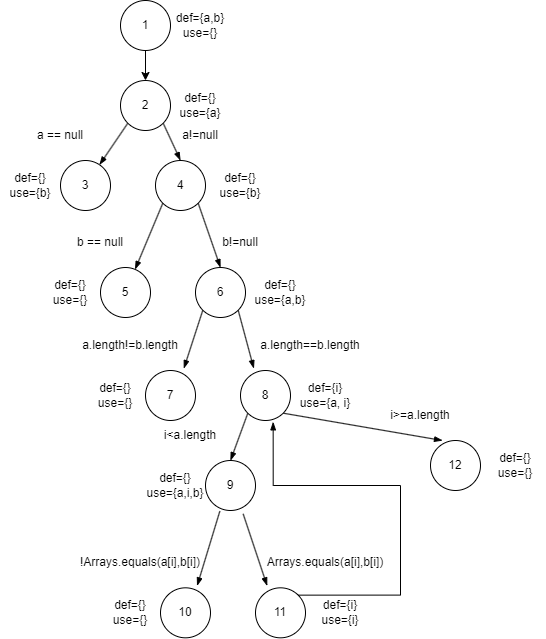
Earlier version of the draw.io export media/Graph2.png (seng438-winter-2023/seng438-a3-Group8). Source tidied: cells renumbered, new cells last; positions are measured from the earlier drawing's top-left corner, leaving out a move shared by most shapes. The source it was exported from:
```xml
<mxGraphModel>
  <root>
    <mxCell id="0" />
    <mxCell id="1" parent="0" />
    <mxCell id="2" style="edgeStyle=orthogonalEdgeStyle;rounded=0;jettySize=auto;html=1;exitX=0.5;exitY=1;exitDx=0;exitDy=0;entryX=0.5;entryY=0;entryDx=0;entryDy=0;" parent="1" edge="1" source="3" target="7">
      <mxGeometry relative="1" as="geometry" />
    </mxCell>
    <mxCell id="3" value="1" style="ellipse;whiteSpace=wrap;html=1;" parent="1" vertex="1">
      <mxGeometry x="120" width="50" height="50" as="geometry" />
    </mxCell>
    <mxCell id="4" value="def={a,b}&lt;br&gt;use={}" style="text;html=1;strokeColor=none;fillColor=none;align=center;verticalAlign=middle;whiteSpace=wrap;rounded=0;" parent="1" vertex="1">
      <mxGeometry x="170" y="10" width="60" height="30" as="geometry" />
    </mxCell>
    <mxCell id="5" style="edgeStyle=none;rounded=0;jettySize=auto;html=1;exitX=0;exitY=1;exitDx=0;exitDy=0;endArrow=blockThin;endFill=1;elbow=vertical;" parent="1" edge="1" source="7" target="9">
      <mxGeometry relative="1" as="geometry" />
    </mxCell>
    <mxCell id="6" style="edgeStyle=none;rounded=0;jettySize=auto;html=1;exitX=1;exitY=1;exitDx=0;exitDy=0;entryX=0.5;entryY=0;entryDx=0;entryDy=0;endArrow=blockThin;endFill=1;elbow=vertical;" parent="1" edge="1" source="7" target="10">
      <mxGeometry relative="1" as="geometry" />
    </mxCell>
    <mxCell id="7" value="2" style="ellipse;whiteSpace=wrap;html=1;" parent="1" vertex="1">
      <mxGeometry x="120" y="80" width="50" height="50" as="geometry" />
    </mxCell>
    <mxCell id="8" value="def={}&lt;br&gt;use={b}" style="text;html=1;strokeColor=none;fillColor=none;align=center;verticalAlign=middle;whiteSpace=wrap;rounded=0;" parent="1" vertex="1">
      <mxGeometry x="210" y="170" width="60" height="30" as="geometry" />
    </mxCell>
    <mxCell id="9" value="3" style="ellipse;whiteSpace=wrap;html=1;" parent="1" vertex="1">
      <mxGeometry x="60" y="160" width="50" height="50" as="geometry" />
    </mxCell>
    <mxCell id="10" value="4" style="ellipse;whiteSpace=wrap;html=1;" parent="1" vertex="1">
      <mxGeometry x="155" y="160" width="50" height="50" as="geometry" />
    </mxCell>
    <mxCell id="11" value="def={}&lt;br&gt;use={a}" style="text;html=1;strokeColor=none;fillColor=none;align=center;verticalAlign=middle;whiteSpace=wrap;rounded=0;" parent="1" vertex="1">
      <mxGeometry x="170" y="90" width="60" height="30" as="geometry" />
    </mxCell>
    <mxCell id="12" value="def={}&lt;br&gt;use={b}" style="text;html=1;strokeColor=none;fillColor=none;align=center;verticalAlign=middle;whiteSpace=wrap;rounded=0;" parent="1" vertex="1">
      <mxGeometry y="170" width="60" height="30" as="geometry" />
    </mxCell>
    <mxCell id="13" value="a == null" style="text;strokeColor=none;align=center;fillColor=none;html=1;verticalAlign=middle;whiteSpace=wrap;rounded=0;" parent="1" vertex="1">
      <mxGeometry x="30" y="130" width="60" height="10" as="geometry" />
    </mxCell>
    <mxCell id="14" value="a!=null" style="text;strokeColor=none;align=center;fillColor=none;html=1;verticalAlign=middle;whiteSpace=wrap;rounded=0;" parent="1" vertex="1">
      <mxGeometry x="170" y="130" width="60" height="10" as="geometry" />
    </mxCell>
    <mxCell id="15" style="edgeStyle=none;rounded=0;jettySize=auto;html=1;exitX=0;exitY=1;exitDx=0;exitDy=0;endArrow=blockThin;endFill=1;elbow=vertical;" parent="1" edge="1" source="10" target="18">
      <mxGeometry relative="1" as="geometry" />
    </mxCell>
    <mxCell id="16" style="edgeStyle=none;rounded=0;jettySize=auto;html=1;exitX=1;exitY=1;exitDx=0;exitDy=0;endArrow=blockThin;endFill=1;elbow=vertical;" parent="1" edge="1" source="10">
      <mxGeometry relative="1" as="geometry">
        <mxPoint x="220" y="267" as="targetPoint" />
      </mxGeometry>
    </mxCell>
    <mxCell id="17" value="def={}&lt;br&gt;use={a,b}" style="text;html=1;strokeColor=none;fillColor=none;align=center;verticalAlign=middle;whiteSpace=wrap;rounded=0;" parent="1" vertex="1">
      <mxGeometry x="250" y="277" width="60" height="30" as="geometry" />
    </mxCell>
    <mxCell id="18" value="5" style="ellipse;whiteSpace=wrap;html=1;" parent="1" vertex="1">
      <mxGeometry x="100" y="267" width="50" height="50" as="geometry" />
    </mxCell>
    <mxCell id="19" style="edgeStyle=none;rounded=0;jettySize=auto;html=1;exitX=0;exitY=1;exitDx=0;exitDy=0;entryX=0.767;entryY=-0.04;entryDx=0;entryDy=0;entryPerimeter=0;endArrow=blockThin;endFill=1;elbow=vertical;" parent="1" edge="1" source="21" target="26">
      <mxGeometry relative="1" as="geometry" />
    </mxCell>
    <mxCell id="20" style="edgeStyle=none;rounded=0;jettySize=auto;html=1;exitX=1;exitY=1;exitDx=0;exitDy=0;entryX=0.267;entryY=-0.04;entryDx=0;entryDy=0;entryPerimeter=0;endArrow=blockThin;endFill=1;elbow=vertical;" parent="1" edge="1" source="21" target="29">
      <mxGeometry relative="1" as="geometry" />
    </mxCell>
    <mxCell id="21" value="6" style="ellipse;whiteSpace=wrap;html=1;" parent="1" vertex="1">
      <mxGeometry x="195" y="267" width="50" height="50" as="geometry" />
    </mxCell>
    <mxCell id="22" value="def={}&lt;br&gt;use={}" style="text;html=1;strokeColor=none;fillColor=none;align=center;verticalAlign=middle;whiteSpace=wrap;rounded=0;" parent="1" vertex="1">
      <mxGeometry x="40" y="277" width="60" height="30" as="geometry" />
    </mxCell>
    <mxCell id="23" value="b == null" style="text;strokeColor=none;align=center;fillColor=none;html=1;verticalAlign=middle;whiteSpace=wrap;rounded=0;" parent="1" vertex="1">
      <mxGeometry x="70" y="237" width="60" height="10" as="geometry" />
    </mxCell>
    <mxCell id="24" value="b!=null" style="text;strokeColor=none;align=center;fillColor=none;html=1;verticalAlign=middle;whiteSpace=wrap;rounded=0;" parent="1" vertex="1">
      <mxGeometry x="210" y="237" width="60" height="10" as="geometry" />
    </mxCell>
    <mxCell id="25" value="def={i}&lt;br&gt;use={a, i}" style="text;html=1;strokeColor=none;fillColor=none;align=center;verticalAlign=middle;whiteSpace=wrap;rounded=0;" parent="1" vertex="1">
      <mxGeometry x="295" y="380" width="60" height="30" as="geometry" />
    </mxCell>
    <mxCell id="26" value="7" style="ellipse;whiteSpace=wrap;html=1;" parent="1" vertex="1">
      <mxGeometry x="145" y="370" width="50" height="50" as="geometry" />
    </mxCell>
    <mxCell id="27" style="edgeStyle=none;rounded=0;jettySize=auto;html=1;exitX=0;exitY=1;exitDx=0;exitDy=0;entryX=0.5;entryY=0;entryDx=0;entryDy=0;endArrow=blockThin;endFill=1;elbow=vertical;" parent="1" edge="1" source="29" target="36">
      <mxGeometry relative="1" as="geometry" />
    </mxCell>
    <mxCell id="28" style="edgeStyle=none;rounded=0;jettySize=auto;html=1;exitX=1;exitY=1;exitDx=0;exitDy=0;entryX=0.24;entryY=0;entryDx=0;entryDy=0;entryPerimeter=0;endArrow=blockThin;endFill=1;elbow=vertical;" parent="1" edge="1" source="29" target="37">
      <mxGeometry relative="1" as="geometry" />
    </mxCell>
    <mxCell id="29" value="8" style="ellipse;whiteSpace=wrap;html=1;" parent="1" vertex="1">
      <mxGeometry x="240" y="370" width="50" height="50" as="geometry" />
    </mxCell>
    <mxCell id="30" value="def={}&lt;br&gt;use={}" style="text;html=1;strokeColor=none;fillColor=none;align=center;verticalAlign=middle;whiteSpace=wrap;rounded=0;" parent="1" vertex="1">
      <mxGeometry x="85" y="380" width="60" height="30" as="geometry" />
    </mxCell>
    <mxCell id="31" value="a.length!=b.length" style="text;strokeColor=none;align=center;fillColor=none;html=1;verticalAlign=middle;whiteSpace=wrap;rounded=0;" parent="1" vertex="1">
      <mxGeometry x="100" y="340" width="60" height="10" as="geometry" />
    </mxCell>
    <mxCell id="32" value="a.length==b.length" style="text;strokeColor=none;align=center;fillColor=none;html=1;verticalAlign=middle;whiteSpace=wrap;rounded=0;" parent="1" vertex="1">
      <mxGeometry x="280" y="340" width="60" height="10" as="geometry" />
    </mxCell>
    <mxCell id="33" value="def={}&lt;br&gt;use={}" style="text;html=1;strokeColor=none;fillColor=none;align=center;verticalAlign=middle;whiteSpace=wrap;rounded=0;" parent="1" vertex="1">
      <mxGeometry x="485" y="450" width="60" height="30" as="geometry" />
    </mxCell>
    <mxCell id="34" style="edgeStyle=none;rounded=0;jettySize=auto;html=1;entryX=0.733;entryY=-0.04;entryDx=0;entryDy=0;entryPerimeter=0;endArrow=blockThin;endFill=1;elbow=vertical;exitX=0.287;exitY=1.013;exitDx=0;exitDy=0;exitPerimeter=0;" parent="1" edge="1" source="36" target="42">
      <mxGeometry relative="1" as="geometry" />
    </mxCell>
    <mxCell id="35" style="edgeStyle=none;rounded=0;jettySize=auto;html=1;exitX=0.753;exitY=1.067;exitDx=0;exitDy=0;entryX=0.233;entryY=-0.04;entryDx=0;entryDy=0;entryPerimeter=0;endArrow=blockThin;endFill=1;elbow=vertical;exitPerimeter=0;" parent="1" edge="1" source="36" target="44">
      <mxGeometry relative="1" as="geometry" />
    </mxCell>
    <mxCell id="36" value="9" style="ellipse;whiteSpace=wrap;html=1;" parent="1" vertex="1">
      <mxGeometry x="205" y="460" width="50" height="50" as="geometry" />
    </mxCell>
    <mxCell id="37" value="12" style="ellipse;whiteSpace=wrap;html=1;" parent="1" vertex="1">
      <mxGeometry x="430" y="440" width="50" height="50" as="geometry" />
    </mxCell>
    <mxCell id="38" value="def={}&lt;br&gt;use={a,i,b}" style="text;html=1;strokeColor=none;fillColor=none;align=center;verticalAlign=middle;whiteSpace=wrap;rounded=0;" parent="1" vertex="1">
      <mxGeometry x="145" y="470" width="60" height="30" as="geometry" />
    </mxCell>
    <mxCell id="39" value="i&amp;lt;a.length" style="text;strokeColor=none;align=center;fillColor=none;html=1;verticalAlign=middle;whiteSpace=wrap;rounded=0;" parent="1" vertex="1">
      <mxGeometry x="160" y="430" width="60" height="10" as="geometry" />
    </mxCell>
    <mxCell id="40" value="i&amp;gt;=a.length" style="text;strokeColor=none;align=center;fillColor=none;html=1;verticalAlign=middle;whiteSpace=wrap;rounded=0;" parent="1" vertex="1">
      <mxGeometry x="390" y="410" width="60" height="10" as="geometry" />
    </mxCell>
    <mxCell id="41" value="def={i}&lt;br&gt;use={i}" style="text;html=1;strokeColor=none;fillColor=none;align=center;verticalAlign=middle;whiteSpace=wrap;rounded=0;" parent="1" vertex="1">
      <mxGeometry x="310" y="597.3" width="60" height="30" as="geometry" />
    </mxCell>
    <mxCell id="42" value="10" style="ellipse;whiteSpace=wrap;html=1;" parent="1" vertex="1">
      <mxGeometry x="160" y="587.3" width="50" height="50" as="geometry" />
    </mxCell>
    <mxCell id="43" style="edgeStyle=orthogonalEdgeStyle;rounded=0;jettySize=auto;html=1;exitX=1;exitY=0;exitDx=0;exitDy=0;entryX=0.653;entryY=1.027;entryDx=0;entryDy=0;endArrow=blockThin;endFill=1;elbow=vertical;entryPerimeter=0;" parent="1" edge="1" source="44" target="29">
      <mxGeometry relative="1" as="geometry">
        <Array as="points">
          <mxPoint x="400" y="595" />
          <mxPoint x="400" y="485" />
          <mxPoint x="273" y="485" />
        </Array>
      </mxGeometry>
    </mxCell>
    <mxCell id="44" value="11" style="ellipse;whiteSpace=wrap;html=1;" parent="1" vertex="1">
      <mxGeometry x="255" y="587.3" width="50" height="50" as="geometry" />
    </mxCell>
    <mxCell id="45" value="def={}&lt;br&gt;use={}" style="text;html=1;strokeColor=none;fillColor=none;align=center;verticalAlign=middle;whiteSpace=wrap;rounded=0;" parent="1" vertex="1">
      <mxGeometry x="100" y="597.3" width="60" height="30" as="geometry" />
    </mxCell>
    <mxCell id="46" value="!Arrays.equals(a[i],b[i])" style="text;strokeColor=none;align=center;fillColor=none;html=1;verticalAlign=middle;whiteSpace=wrap;rounded=0;" parent="1" vertex="1">
      <mxGeometry x="110" y="557.3" width="60" height="10" as="geometry" />
    </mxCell>
    <mxCell id="47" value="Arrays.equals(a[i],b[i])" style="text;strokeColor=none;align=center;fillColor=none;html=1;verticalAlign=middle;whiteSpace=wrap;rounded=0;" parent="1" vertex="1">
      <mxGeometry x="295" y="557.3" width="60" height="10" as="geometry" />
    </mxCell>
  </root>
</mxGraphModel>
```
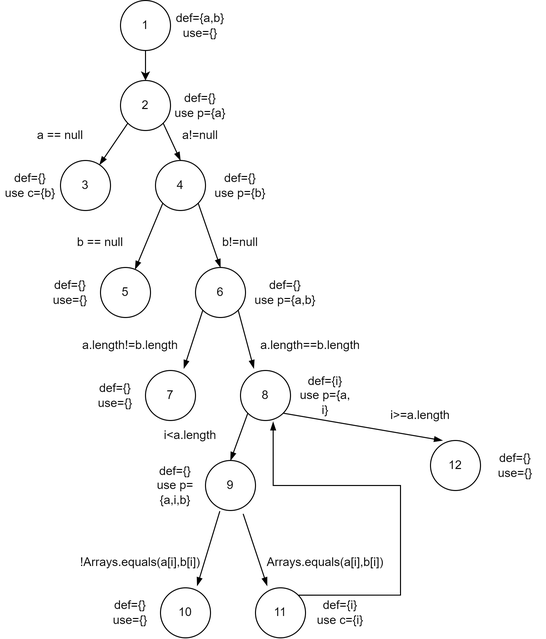
Above is the later version.

Change to the diagram source:
```diff
@@ -20,21 +20,21 @@
     <mxCell id="7" value="2" style="ellipse;whiteSpace=wrap;html=1;" parent="1" vertex="1">
       <mxGeometry x="120" y="80" width="50" height="50" as="geometry" />
     </mxCell>
-    <mxCell id="8" value="def={}&lt;br&gt;use={b}" style="text;html=1;strokeColor=none;fillColor=none;align=center;verticalAlign=middle;whiteSpace=wrap;rounded=0;" parent="1" vertex="1">
-      <mxGeometry x="210" y="170" width="60" height="30" as="geometry" />
-    </mxCell>
+    <mxCell id="48" value="def={}&lt;br&gt;use p={b}" style="text;html=1;strokeColor=none;fillColor=none;align=center;verticalAlign=middle;whiteSpace=wrap;rounded=0;" parent="1" vertex="1">
+      <mxGeometry x="210" y="170" width="60" height="30" as="geometry" />
+    </mxCell>
     <mxCell id="9" value="3" style="ellipse;whiteSpace=wrap;html=1;" parent="1" vertex="1">
       <mxGeometry x="60" y="160" width="50" height="50" as="geometry" />
     </mxCell>
     <mxCell id="10" value="4" style="ellipse;whiteSpace=wrap;html=1;" parent="1" vertex="1">
       <mxGeometry x="155" y="160" width="50" height="50" as="geometry" />
     </mxCell>
-    <mxCell id="11" value="def={}&lt;br&gt;use={a}" style="text;html=1;strokeColor=none;fillColor=none;align=center;verticalAlign=middle;whiteSpace=wrap;rounded=0;" parent="1" vertex="1">
-      <mxGeometry x="170" y="90" width="60" height="30" as="geometry" />
-    </mxCell>
-    <mxCell id="12" value="def={}&lt;br&gt;use={b}" style="text;html=1;strokeColor=none;fillColor=none;align=center;verticalAlign=middle;whiteSpace=wrap;rounded=0;" parent="1" vertex="1">
-      <mxGeometry y="170" width="60" height="30" as="geometry" />
-    </mxCell>
+    <mxCell id="49" value="def={}&lt;br&gt;use p={a}" style="text;html=1;strokeColor=none;fillColor=none;align=center;verticalAlign=middle;whiteSpace=wrap;rounded=0;" parent="1" vertex="1">
+      <mxGeometry x="170" y="90" width="60" height="30" as="geometry" />
+    </mxCell>
+    <mxCell id="50" value="def={}&lt;br&gt;use c={b}" style="text;html=1;strokeColor=none;fillColor=none;align=center;verticalAlign=middle;whiteSpace=wrap;rounded=0;" parent="1" vertex="1">
+      <mxGeometry y="170" width="60" height="30" as="geometry" />
+    </mxCell>
     <mxCell id="13" value="a == null" style="text;strokeColor=none;align=center;fillColor=none;html=1;verticalAlign=middle;whiteSpace=wrap;rounded=0;" parent="1" vertex="1">
       <mxGeometry x="30" y="130" width="60" height="10" as="geometry" />
     </mxCell>
@@ -44,14 +44,14 @@
     <mxCell id="15" style="edgeStyle=none;rounded=0;jettySize=auto;html=1;exitX=0;exitY=1;exitDx=0;exitDy=0;endArrow=blockThin;endFill=1;elbow=vertical;" parent="1" edge="1" source="10" target="18">
       <mxGeometry relative="1" as="geometry" />
     </mxCell>
-    <mxCell id="16" style="edgeStyle=none;rounded=0;jettySize=auto;html=1;exitX=1;exitY=1;exitDx=0;exitDy=0;endArrow=blockThin;endFill=1;elbow=vertical;" parent="1" edge="1" source="10">
-      <mxGeometry relative="1" as="geometry">
-        <mxPoint x="220" y="267" as="targetPoint" />
-      </mxGeometry>
-    </mxCell>
-    <mxCell id="17" value="def={}&lt;br&gt;use={a,b}" style="text;html=1;strokeColor=none;fillColor=none;align=center;verticalAlign=middle;whiteSpace=wrap;rounded=0;" parent="1" vertex="1">
-      <mxGeometry x="250" y="277" width="60" height="30" as="geometry" />
-    </mxCell>
+    <mxCell id="51" style="edgeStyle=none;rounded=0;jettySize=auto;html=1;exitX=1;exitY=1;exitDx=0;exitDy=0;endArrow=blockThin;endFill=1;elbow=vertical;" parent="1" edge="1" source="10">
+      <mxGeometry relative="1" as="geometry">
+        <mxPoint x="220" y="267" as="targetPoint" />
+      </mxGeometry>
+    </mxCell>
+    <mxCell id="52" value="def={}&lt;br&gt;use p={a,b}" style="text;html=1;strokeColor=none;fillColor=none;align=center;verticalAlign=middle;whiteSpace=wrap;rounded=0;" parent="1" vertex="1">
+      <mxGeometry x="250" y="277" width="70" height="30" as="geometry" />
+    </mxCell>
     <mxCell id="18" value="5" style="ellipse;whiteSpace=wrap;html=1;" parent="1" vertex="1">
       <mxGeometry x="100" y="267" width="50" height="50" as="geometry" />
     </mxCell>
@@ -73,9 +73,9 @@
     <mxCell id="24" value="b!=null" style="text;strokeColor=none;align=center;fillColor=none;html=1;verticalAlign=middle;whiteSpace=wrap;rounded=0;" parent="1" vertex="1">
       <mxGeometry x="210" y="237" width="60" height="10" as="geometry" />
     </mxCell>
-    <mxCell id="25" value="def={i}&lt;br&gt;use={a, i}" style="text;html=1;strokeColor=none;fillColor=none;align=center;verticalAlign=middle;whiteSpace=wrap;rounded=0;" parent="1" vertex="1">
-      <mxGeometry x="295" y="380" width="60" height="30" as="geometry" />
-    </mxCell>
+    <mxCell id="53" value="def={i}&lt;br&gt;use p={a, i}" style="text;html=1;strokeColor=none;fillColor=none;align=center;verticalAlign=middle;whiteSpace=wrap;rounded=0;" parent="1" vertex="1">
+      <mxGeometry x="295" y="380" width="60" height="30" as="geometry" />
+    </mxCell>
     <mxCell id="26" value="7" style="ellipse;whiteSpace=wrap;html=1;" parent="1" vertex="1">
       <mxGeometry x="145" y="370" width="50" height="50" as="geometry" />
     </mxCell>
@@ -112,18 +112,18 @@
     <mxCell id="37" value="12" style="ellipse;whiteSpace=wrap;html=1;" parent="1" vertex="1">
       <mxGeometry x="430" y="440" width="50" height="50" as="geometry" />
     </mxCell>
-    <mxCell id="38" value="def={}&lt;br&gt;use={a,i,b}" style="text;html=1;strokeColor=none;fillColor=none;align=center;verticalAlign=middle;whiteSpace=wrap;rounded=0;" parent="1" vertex="1">
-      <mxGeometry x="145" y="470" width="60" height="30" as="geometry" />
-    </mxCell>
+    <mxCell id="54" value="def={}&lt;br&gt;use p={a,i,b}" style="text;html=1;strokeColor=none;fillColor=none;align=center;verticalAlign=middle;whiteSpace=wrap;rounded=0;" parent="1" vertex="1">
+      <mxGeometry x="145" y="470" width="60" height="30" as="geometry" />
+    </mxCell>
     <mxCell id="39" value="i&amp;lt;a.length" style="text;strokeColor=none;align=center;fillColor=none;html=1;verticalAlign=middle;whiteSpace=wrap;rounded=0;" parent="1" vertex="1">
       <mxGeometry x="160" y="430" width="60" height="10" as="geometry" />
     </mxCell>
     <mxCell id="40" value="i&amp;gt;=a.length" style="text;strokeColor=none;align=center;fillColor=none;html=1;verticalAlign=middle;whiteSpace=wrap;rounded=0;" parent="1" vertex="1">
       <mxGeometry x="390" y="410" width="60" height="10" as="geometry" />
     </mxCell>
-    <mxCell id="41" value="def={i}&lt;br&gt;use={i}" style="text;html=1;strokeColor=none;fillColor=none;align=center;verticalAlign=middle;whiteSpace=wrap;rounded=0;" parent="1" vertex="1">
-      <mxGeometry x="310" y="597.3" width="60" height="30" as="geometry" />
-    </mxCell>
+    <mxCell id="55" value="def={i}&lt;br&gt;use c={i}" style="text;html=1;strokeColor=none;fillColor=none;align=center;verticalAlign=middle;whiteSpace=wrap;rounded=0;" parent="1" vertex="1">
+      <mxGeometry x="310" y="597.3" width="60" height="30" as="geometry" />
+    </mxCell>
     <mxCell id="42" value="10" style="ellipse;whiteSpace=wrap;html=1;" parent="1" vertex="1">
       <mxGeometry x="160" y="587.3" width="50" height="50" as="geometry" />
     </mxCell>
```
